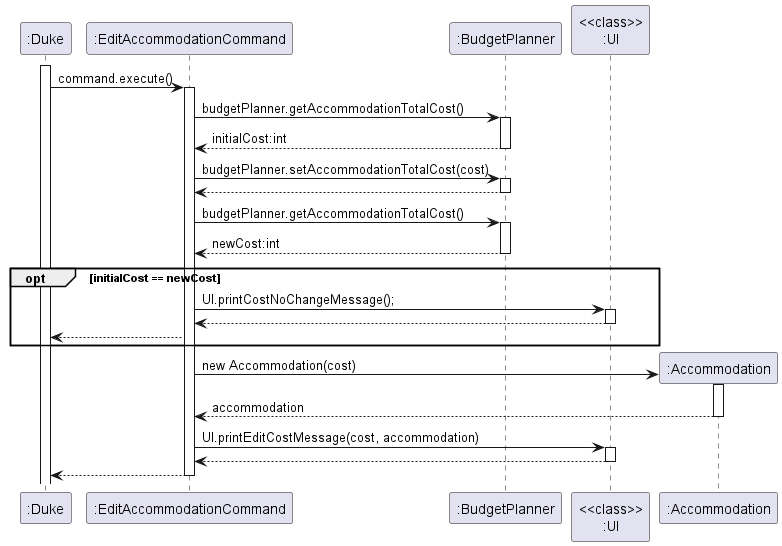
The PlantUML diagram docs/diagrams/budget/EditAccommodationCommand.png in nus-cs2113-AY2223S2/tp, before a commit. Source of this version:
```plantuml
@startuml
activate ":Duke"
":Duke" -> ":EditAccommodationCommand" : command.execute()
activate ":EditAccommodationCommand"
":EditAccommodationCommand" -> ":BudgetPlanner" : budgetPlanner.getAccommodationTotalCost()
activate ":BudgetPlanner"
":EditAccommodationCommand" <-- ":BudgetPlanner" : initialCost:int
deactivate ":BudgetPlanner"
":EditAccommodationCommand" -> ":BudgetPlanner" : budgetPlanner.setAccommodationTotalCost(cost)
activate ":BudgetPlanner"
":EditAccommodationCommand" <-- ":BudgetPlanner"
deactivate ":BudgetPlanner"
":EditAccommodationCommand" -> ":BudgetPlanner" : budgetPlanner.getAccommodationTotalCost()
activate ":BudgetPlanner"
":EditAccommodationCommand" <-- ":BudgetPlanner" : newCost:int
deactivate ":BudgetPlanner"
opt initialCost == newCost
":EditAccommodationCommand" -> "<<class>>\n:UI" : UI.printCostNoChangeMessage();
activate "<<class>>\n:UI"
":EditAccommodationCommand" <-- "<<class>>\n:UI"
deactivate "<<class>>\n:UI"
":EditAccommodationCommand" --> ":Duke"
end
create ":Accommodation"
":EditAccommodationCommand" -> ":Accommodation" : new Accommodation(cost)
activate ":Accommodation"
":EditAccommodationCommand" <-- ":Accommodation" : accommodation
deactivate ":Accommodation"
":EditAccommodationCommand" -> "<<class>>\n:UI" : UI.printEditCostMessage(cost, accommodation)
activate "<<class>>\n:UI"
":EditAccommodationCommand" <-- "<<class>>\n:UI"
deactivate "<<class>>\n:UI"
":EditAccommodationCommand" --> ":Duke"
deactivate ":EditAccommodationCommand"
@enduml
```
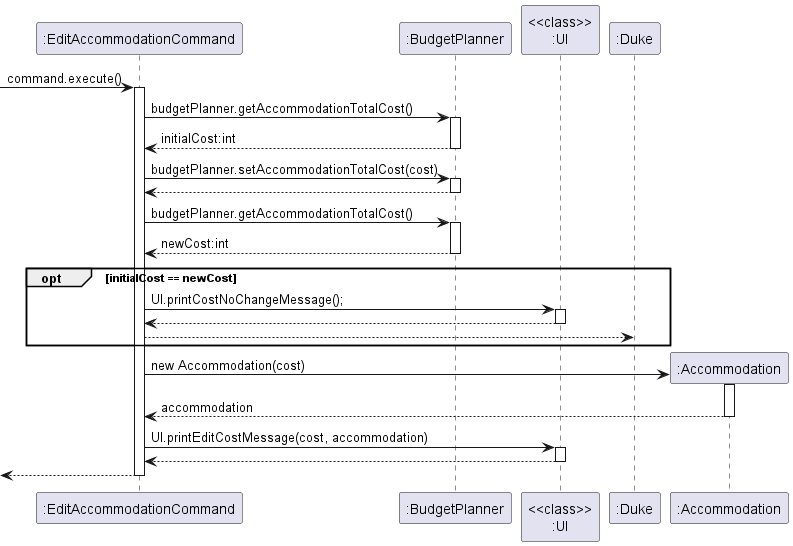
Above is the later version.

Commit message:
Remove Duke from diagrams

What changed in the source:
```diff
@@ -1,6 +1,5 @@
 @startuml
-activate ":Duke"
-":Duke" -> ":EditAccommodationCommand" : command.execute()
+-> ":EditAccommodationCommand" : command.execute()
 activate ":EditAccommodationCommand"
 ":EditAccommodationCommand" -> ":BudgetPlanner" : budgetPlanner.getAccommodationTotalCost()
 activate ":BudgetPlanner"
@@ -30,6 +29,6 @@
 activate "<<class>>\n:UI"
 ":EditAccommodationCommand" <-- "<<class>>\n:UI"
 deactivate "<<class>>\n:UI"
-":EditAccommodationCommand" --> ":Duke"
+<-- ":EditAccommodationCommand"
 deactivate ":EditAccommodationCommand"
 @enduml
```
